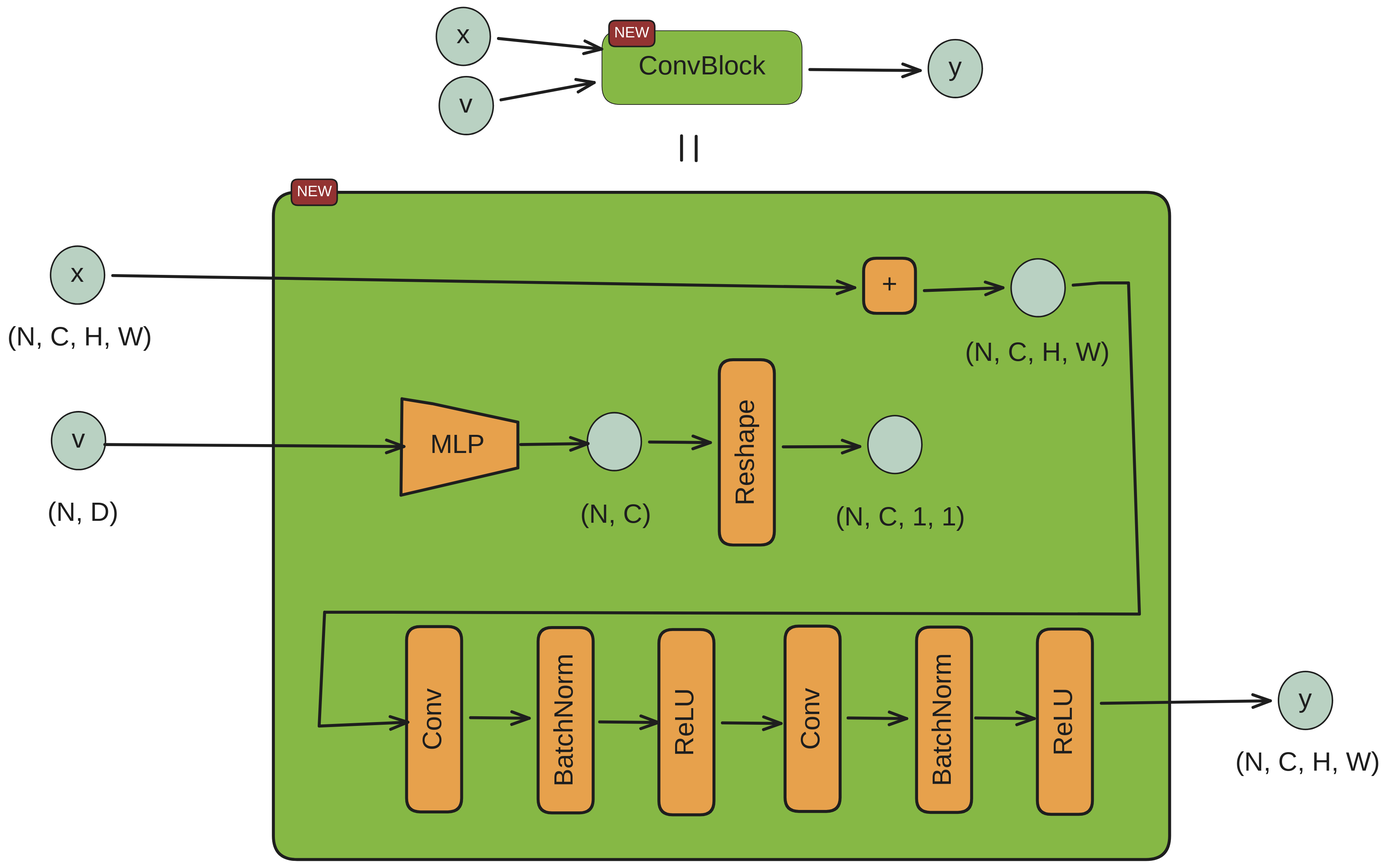
The Excalidraw diagram orange-book/新的ConvBlock类.svg in confucianzuoyuan/multimodal-tutorial, before a commit. Source tidied: one line per element, renumbered; positions are measured from the earlier drawing's top-left corner, leaving out a move shared by most shapes. The source it was exported from:
```json
{"id": 0, "type": "rectangle", "strokeColor": "#1e1e1e", "backgroundColor": "#86b845", "fillStyle": "solid", "strokeWidth": 4, "roughness": 0, "round": true, "x": 358, "y": 249, "width": 1207, "height": 899}
{"id": 1, "type": "rectangle", "strokeColor": "#1e1e1e", "angle": 4.71, "backgroundColor": "#e7a14c", "fillStyle": "solid", "strokeWidth": 4, "roughness": 0, "round": true, "x": 450, "y": 922, "width": 250, "height": 74}
{"id": 2, "type": "text", "text": "Conv", "strokeColor": "#1e1e1e", "angle": 4.71, "backgroundColor": "#e7a14c", "fillStyle": "solid", "strokeWidth": 4, "roughness": 0, "fontSize": 36, "fontFamily": 5, "textAlign": "center", "verticalAlign": "middle", "inside": 1, "x": 534, "y": 936, "width": 82, "height": 45}
{"id": 3, "type": "rectangle", "strokeColor": "#1e1e1e", "angle": 4.71, "backgroundColor": "#e7a14c", "fillStyle": "solid", "strokeWidth": 4, "roughness": 0, "round": true, "x": 627, "y": 923, "width": 250, "height": 74}
{"id": 4, "type": "text", "text": "BatchNorm", "strokeColor": "#1e1e1e", "angle": 4.71, "backgroundColor": "#e7a14c", "fillStyle": "solid", "strokeWidth": 4, "roughness": 0, "fontSize": 36, "fontFamily": 5, "textAlign": "center", "verticalAlign": "middle", "inside": 3, "x": 657, "y": 938, "width": 190, "height": 45}
{"id": 5, "type": "rectangle", "strokeColor": "#1e1e1e", "angle": 4.71, "backgroundColor": "#e7a14c", "fillStyle": "solid", "strokeWidth": 4, "roughness": 0, "round": true, "x": 790, "y": 926, "width": 250, "height": 74}
{"id": 6, "type": "text", "text": "ReLU", "strokeColor": "#1e1e1e", "angle": 4.71, "backgroundColor": "#e7a14c", "fillStyle": "solid", "strokeWidth": 4, "roughness": 0, "fontSize": 36, "fontFamily": 5, "textAlign": "center", "verticalAlign": "middle", "inside": 5, "x": 869, "y": 940, "width": 92, "height": 45}
{"id": 7, "type": "rectangle", "strokeColor": "#1e1e1e", "angle": 4.71, "backgroundColor": "#e7a14c", "fillStyle": "solid", "strokeWidth": 4, "roughness": 0, "round": true, "x": 960, "y": 921, "width": 250, "height": 74}
{"id": 8, "type": "text", "text": "Conv", "strokeColor": "#1e1e1e", "angle": 4.71, "backgroundColor": "#e7a14c", "fillStyle": "solid", "strokeWidth": 4, "roughness": 0, "fontSize": 36, "fontFamily": 5, "textAlign": "center", "verticalAlign": "middle", "inside": 7, "x": 1043, "y": 936, "width": 82, "height": 45}
{"id": 9, "type": "rectangle", "strokeColor": "#1e1e1e", "angle": 4.71, "backgroundColor": "#e7a14c", "fillStyle": "solid", "strokeWidth": 4, "roughness": 0, "round": true, "x": 1137, "y": 922, "width": 250, "height": 74}
{"id": 10, "type": "text", "text": "BatchNorm", "strokeColor": "#1e1e1e", "angle": 4.71, "backgroundColor": "#e7a14c", "fillStyle": "solid", "strokeWidth": 4, "roughness": 0, "fontSize": 36, "fontFamily": 5, "textAlign": "center", "verticalAlign": "middle", "inside": 9, "x": 1167, "y": 937, "width": 190, "height": 45}
{"id": 11, "type": "rectangle", "strokeColor": "#1e1e1e", "angle": 4.71, "backgroundColor": "#e7a14c", "fillStyle": "solid", "strokeWidth": 4, "roughness": 0, "round": true, "x": 1300, "y": 925, "width": 250, "height": 74}
{"id": 12, "type": "text", "text": "ReLU", "strokeColor": "#1e1e1e", "angle": 4.71, "backgroundColor": "#e7a14c", "fillStyle": "solid", "strokeWidth": 4, "roughness": 0, "fontSize": 36, "fontFamily": 5, "textAlign": "center", "verticalAlign": "middle", "inside": 11, "x": 1379, "y": 940, "width": 92, "height": 45}
{"id": 13, "type": "rectangle", "strokeColor": "#1e1e1e", "backgroundColor": "#933332", "fillStyle": "solid", "strokeWidth": 2, "roughness": 0, "round": true, "x": 382, "y": 231, "width": 62, "height": 35}
{"id": 14, "type": "text", "text": "NEW", "strokeColor": "#ffffff", "backgroundColor": "#b9d1c2", "fillStyle": "solid", "strokeWidth": 2, "roughness": 0, "fontSize": 20, "fontFamily": 5, "textAlign": "center", "verticalAlign": "middle", "inside": 13, "x": 392, "y": 236, "width": 42, "height": 25}
{"id": 15, "type": "rectangle", "strokeColor": "#1e1e1e", "backgroundColor": "#86b845", "fillStyle": "solid", "strokeWidth": 1, "roughness": 0, "round": true, "x": 801, "y": 31, "width": 269, "height": 99}
{"id": 16, "type": "text", "text": "ConvBlock", "strokeColor": "#1e1e1e", "backgroundColor": "#86b845", "fillStyle": "solid", "strokeWidth": 1, "roughness": 0, "fontSize": 36, "fontFamily": 5, "textAlign": "center", "verticalAlign": "middle", "inside": 15, "x": 847, "y": 58, "width": 177, "height": 45}
{"id": 17, "type": "line", "strokeColor": "#1e1e1e", "backgroundColor": "#e7a14c", "fillStyle": "solid", "strokeWidth": 4, "roughness": 0, "x": 572, "y": 534, "width": 157, "height": 130, "points": [[0, 0], [-41, -7], [-42, 123], [115, 87], [115, 25], [0, 0]]}
{"id": 18, "type": "text", "text": "MLP", "strokeColor": "#1e1e1e", "backgroundColor": "#e7a14c", "fillStyle": "solid", "strokeWidth": 4, "roughness": 0, "fontSize": 36, "fontFamily": 5, "x": 569, "y": 568, "width": 72, "height": 45}
{"id": 19, "type": "rectangle", "strokeColor": "#1e1e1e", "angle": 4.71, "backgroundColor": "#e7a14c", "fillStyle": "solid", "strokeWidth": 4, "roughness": 0, "round": true, "x": 871, "y": 562, "width": 250, "height": 74}
{"id": 20, "type": "text", "text": "Reshape", "strokeColor": "#1e1e1e", "angle": 4.71, "backgroundColor": "#e7a14c", "fillStyle": "solid", "strokeWidth": 4, "roughness": 0, "fontSize": 36, "fontFamily": 5, "textAlign": "center", "verticalAlign": "middle", "inside": 19, "x": 923, "y": 577, "width": 145, "height": 45}
{"id": 21, "type": "line", "strokeColor": "#1e1e1e", "backgroundColor": "#e7a14c", "fillStyle": "solid", "strokeWidth": 4, "roughness": 0, "x": 908, "y": 173, "width": 0, "height": 33, "points": [[0, 0], [0, 33]]}
{"id": 22, "type": "line", "strokeColor": "#1e1e1e", "backgroundColor": "#e7a14c", "fillStyle": "solid", "strokeWidth": 4, "roughness": 0, "x": 928, "y": 173, "width": 0, "height": 33, "points": [[0, 0], [0, 33]]}
{"id": 23, "type": "rectangle", "strokeColor": "#1e1e1e", "backgroundColor": "#933332", "fillStyle": "solid", "strokeWidth": 2, "roughness": 0, "round": true, "x": 810, "y": 18, "width": 62, "height": 35}
{"id": 24, "type": "text", "text": "NEW", "strokeColor": "#ffffff", "backgroundColor": "#b9d1c2", "fillStyle": "solid", "strokeWidth": 2, "roughness": 0, "fontSize": 20, "fontFamily": 5, "textAlign": "center", "verticalAlign": "middle", "inside": 23, "x": 820, "y": 23, "width": 42, "height": 25}
{"id": 25, "type": "ellipse", "strokeColor": "#1e1e1e", "backgroundColor": "#b9d1c2", "fillStyle": "solid", "strokeWidth": 2, "roughness": 0, "round": true, "x": 58, "y": 321, "width": 73, "height": 78}
{"id": 26, "type": "text", "text": "x", "strokeColor": "#1e1e1e", "backgroundColor": "#b9d1c2", "fillStyle": "solid", "strokeWidth": 2, "roughness": 0, "fontSize": 36, "fontFamily": 5, "textAlign": "center", "verticalAlign": "middle", "inside": 25, "x": 84, "y": 338, "width": 21, "height": 45}
{"id": 27, "type": "text", "text": "(N, C, H, W)", "strokeColor": "#1e1e1e", "backgroundColor": "#e7a14c", "fillStyle": "solid", "strokeWidth": 4, "roughness": 0, "fontSize": 36, "fontFamily": 5, "x": 0, "y": 423, "width": 196, "height": 45}
{"id": 28, "type": "rectangle", "strokeColor": "#1e1e1e", "backgroundColor": "#e7a14c", "fillStyle": "solid", "strokeWidth": 4, "roughness": 0, "round": true, "x": 1153, "y": 338, "width": 70, "height": 74}
{"id": 29, "type": "text", "text": "+", "strokeColor": "#1e1e1e", "backgroundColor": "#e7a14c", "fillStyle": "solid", "strokeWidth": 4, "roughness": 0, "fontSize": 36, "fontFamily": 5, "textAlign": "center", "verticalAlign": "middle", "inside": 28, "x": 1178, "y": 352, "width": 20, "height": 45}
{"id": 30, "type": "arrow", "strokeColor": "#1e1e1e", "backgroundColor": "#e7a14c", "fillStyle": "solid", "strokeWidth": 4, "roughness": 0, "endArrowhead": "arrow", "from": 25, "to": 28, "x": 142, "y": 361, "width": 999, "height": 16, "points": [[0, 0], [999, 16]]}
{"id": 31, "type": "ellipse", "strokeColor": "#1e1e1e", "backgroundColor": "#b9d1c2", "fillStyle": "solid", "strokeWidth": 2, "roughness": 0, "round": true, "x": 1352, "y": 339, "width": 73, "height": 78}
{"id": 32, "type": "ellipse", "strokeColor": "#1e1e1e", "backgroundColor": "#b9d1c2", "fillStyle": "solid", "strokeWidth": 2, "roughness": 0, "round": true, "x": 1159, "y": 550, "width": 73, "height": 78}
{"id": 33, "type": "ellipse", "strokeColor": "#1e1e1e", "backgroundColor": "#b9d1c2", "fillStyle": "solid", "strokeWidth": 2, "roughness": 0, "round": true, "x": 781, "y": 546, "width": 73, "height": 78}
{"id": 34, "type": "text", "text": "(N, C, H, W)", "strokeColor": "#1e1e1e", "backgroundColor": "#e7a14c", "fillStyle": "solid", "strokeWidth": 4, "roughness": 0, "fontSize": 36, "fontFamily": 5, "x": 1290, "y": 444, "width": 196, "height": 45}
{"id": 35, "type": "text", "text": "(N, C)", "strokeColor": "#1e1e1e", "backgroundColor": "#e7a14c", "fillStyle": "solid", "strokeWidth": 4, "roughness": 0, "fontSize": 36, "fontFamily": 5, "x": 772, "y": 662, "width": 99, "height": 45}
{"id": 36, "type": "text", "text": "(N, C, 1, 1)", "strokeColor": "#1e1e1e", "backgroundColor": "#e7a14c", "fillStyle": "solid", "strokeWidth": 4, "roughness": 0, "fontSize": 36, "fontFamily": 5, "x": 1115, "y": 666, "width": 177, "height": 45}
{"id": 37, "type": "ellipse", "strokeColor": "#1e1e1e", "backgroundColor": "#b9d1c2", "fillStyle": "solid", "strokeWidth": 2, "roughness": 0, "round": true, "x": 59, "y": 545, "width": 73, "height": 78}
{"id": 38, "type": "text", "text": "v", "strokeColor": "#1e1e1e", "backgroundColor": "#b9d1c2", "fillStyle": "solid", "strokeWidth": 2, "roughness": 0, "fontSize": 36, "fontFamily": 5, "textAlign": "center", "verticalAlign": "middle", "inside": 37, "x": 86, "y": 561, "width": 19, "height": 45}
{"id": 39, "type": "text", "text": "(N, D)", "strokeColor": "#1e1e1e", "backgroundColor": "#e7a14c", "fillStyle": "solid", "strokeWidth": 4, "roughness": 0, "fontSize": 36, "fontFamily": 5, "x": 54, "y": 660, "width": 105, "height": 45}
{"id": 40, "type": "arrow", "strokeColor": "#1e1e1e", "backgroundColor": "#e7a14c", "fillStyle": "solid", "strokeWidth": 4, "roughness": 0, "endArrowhead": "arrow", "from": 37, "to": 0, "x": 131, "y": 589, "width": 403, "height": 3, "points": [[0, 0], [403, 3]]}
{"id": 41, "type": "arrow", "strokeColor": "#1e1e1e", "backgroundColor": "#e7a14c", "fillStyle": "solid", "strokeWidth": 4, "roughness": 0, "endArrowhead": "arrow", "from": 0, "to": 33, "x": 691, "y": 589, "width": 91, "height": 1, "points": [[0, 0], [91, -1]]}
{"id": 42, "type": "arrow", "strokeColor": "#1e1e1e", "backgroundColor": "#e7a14c", "fillStyle": "solid", "strokeWidth": 4, "roughness": 0, "endArrowhead": "arrow", "from": 33, "to": 19, "x": 865, "y": 585, "width": 82, "height": 1, "points": [[0, 0], [82, 1]]}
{"id": 43, "type": "arrow", "strokeColor": "#1e1e1e", "backgroundColor": "#e7a14c", "fillStyle": "solid", "strokeWidth": 4, "roughness": 0, "endArrowhead": "arrow", "from": 19, "to": 32, "x": 1045, "y": 592, "width": 103, "height": 0, "points": [[0, 0], [103, 0]]}
{"id": 44, "type": "arrow", "strokeColor": "#1e1e1e", "backgroundColor": "#e7a14c", "fillStyle": "solid", "strokeWidth": 4, "roughness": 0, "endArrowhead": "arrow", "from": 28, "to": 31, "x": 1235, "y": 381, "width": 106, "height": 4, "points": [[0, 0], [106, -4]]}
{"id": 45, "type": "ellipse", "strokeColor": "#1e1e1e", "backgroundColor": "#b9d1c2", "fillStyle": "solid", "strokeWidth": 2, "roughness": 0, "round": true, "x": 1712, "y": 895, "width": 73, "height": 78}
{"id": 46, "type": "text", "text": "y", "strokeColor": "#1e1e1e", "backgroundColor": "#b9d1c2", "fillStyle": "solid", "strokeWidth": 2, "roughness": 0, "fontSize": 36, "fontFamily": 5, "textAlign": "center", "verticalAlign": "middle", "inside": 45, "x": 1739, "y": 911, "width": 19, "height": 45}
{"id": 47, "type": "text", "text": "(N, C, H, W)", "strokeColor": "#1e1e1e", "backgroundColor": "#e7a14c", "fillStyle": "solid", "strokeWidth": 4, "roughness": 0, "fontSize": 36, "fontFamily": 5, "x": 1654, "y": 996, "width": 196, "height": 45}
{"id": 48, "type": "arrow", "strokeColor": "#1e1e1e", "backgroundColor": "#e7a14c", "fillStyle": "solid", "strokeWidth": 4, "roughness": 0, "endArrowhead": "arrow", "from": 11, "to": 45, "x": 1473, "y": 937, "width": 228, "height": 3, "points": [[0, 0], [228, -3]]}
{"id": 49, "type": "arrow", "strokeColor": "#1e1e1e", "backgroundColor": "#e7a14c", "fillStyle": "solid", "strokeWidth": 4, "roughness": 0, "endArrowhead": "arrow", "from": 1, "to": 3, "x": 624, "y": 957, "width": 79, "height": 1, "points": [[0, 0], [79, 1]]}
{"id": 50, "type": "arrow", "strokeColor": "#1e1e1e", "backgroundColor": "#e7a14c", "fillStyle": "solid", "strokeWidth": 4, "roughness": 0, "endArrowhead": "arrow", "x": 798, "y": 962, "width": 79, "height": 1, "points": [[0, 0], [79, 1]]}
{"id": 51, "type": "arrow", "strokeColor": "#1e1e1e", "backgroundColor": "#e7a14c", "fillStyle": "solid", "strokeWidth": 4, "roughness": 0, "endArrowhead": "arrow", "x": 963, "y": 964, "width": 79, "height": 1, "points": [[0, 0], [79, 1]]}
{"id": 52, "type": "arrow", "strokeColor": "#1e1e1e", "backgroundColor": "#e7a14c", "fillStyle": "solid", "strokeWidth": 4, "roughness": 0, "endArrowhead": "arrow", "x": 1132, "y": 957, "width": 79, "height": 1, "points": [[0, 0], [79, 1]]}
{"id": 53, "type": "arrow", "strokeColor": "#1e1e1e", "backgroundColor": "#e7a14c", "fillStyle": "solid", "strokeWidth": 4, "roughness": 0, "endArrowhead": "arrow", "x": 1304, "y": 957, "width": 79, "height": 1, "points": [[0, 0], [79, 1]]}
{"id": 54, "type": "arrow", "strokeColor": "#1e1e1e", "backgroundColor": "#e7a14c", "fillStyle": "solid", "strokeWidth": 4, "roughness": 0, "endArrowhead": "arrow", "from": 31, "to": 1, "x": 1435, "y": 374, "width": 1105, "height": 597, "points": [[0, 0], [37, -3], [75, -3], [89, 443], [-1008, 440], [-1016, 594], [-896, 589]]}
{"id": 55, "type": "ellipse", "strokeColor": "#1e1e1e", "backgroundColor": "#b9d1c2", "fillStyle": "solid", "strokeWidth": 2, "roughness": 0, "round": true, "x": 578, "y": 0, "width": 73, "height": 78}
{"id": 56, "type": "text", "text": "x", "strokeColor": "#1e1e1e", "backgroundColor": "#b9d1c2", "fillStyle": "solid", "strokeWidth": 2, "roughness": 0, "fontSize": 36, "fontFamily": 5, "textAlign": "center", "verticalAlign": "middle", "inside": 55, "x": 603, "y": 16, "width": 21, "height": 45}
{"id": 57, "type": "ellipse", "strokeColor": "#1e1e1e", "backgroundColor": "#b9d1c2", "fillStyle": "solid", "strokeWidth": 2, "roughness": 0, "round": true, "x": 582, "y": 93, "width": 73, "height": 78}
{"id": 58, "type": "text", "text": "v", "strokeColor": "#1e1e1e", "backgroundColor": "#b9d1c2", "fillStyle": "solid", "strokeWidth": 2, "roughness": 0, "fontSize": 36, "fontFamily": 5, "textAlign": "center", "verticalAlign": "middle", "inside": 57, "x": 608, "y": 110, "width": 19, "height": 45}
{"id": 59, "type": "ellipse", "strokeColor": "#1e1e1e", "backgroundColor": "#b9d1c2", "fillStyle": "solid", "strokeWidth": 2, "roughness": 0, "round": true, "x": 1240, "y": 43, "width": 73, "height": 78}
{"id": 60, "type": "text", "text": "y", "strokeColor": "#1e1e1e", "backgroundColor": "#b9d1c2", "fillStyle": "solid", "strokeWidth": 2, "roughness": 0, "fontSize": 36, "fontFamily": 5, "textAlign": "center", "verticalAlign": "middle", "inside": 59, "x": 1267, "y": 60, "width": 19, "height": 45}
{"id": 61, "type": "arrow", "strokeColor": "#1e1e1e", "backgroundColor": "#e7a14c", "fillStyle": "solid", "strokeWidth": 4, "roughness": 0, "endArrowhead": "arrow", "from": 55, "to": 23, "x": 661, "y": 42, "width": 139, "height": 14, "points": [[0, 0], [139, 14]]}
{"id": 62, "type": "arrow", "strokeColor": "#1e1e1e", "backgroundColor": "#e7a14c", "fillStyle": "solid", "strokeWidth": 4, "roughness": 0, "endArrowhead": "arrow", "from": 57, "to": 15, "x": 665, "y": 124, "width": 126, "height": 23, "points": [[0, 0], [126, -23]]}
{"id": 63, "type": "arrow", "strokeColor": "#1e1e1e", "backgroundColor": "#e7a14c", "fillStyle": "solid", "strokeWidth": 4, "roughness": 0, "endArrowhead": "arrow", "from": 15, "to": 59, "x": 1081, "y": 84, "width": 149, "height": 1, "points": [[0, 0], [149, 1]]}
```
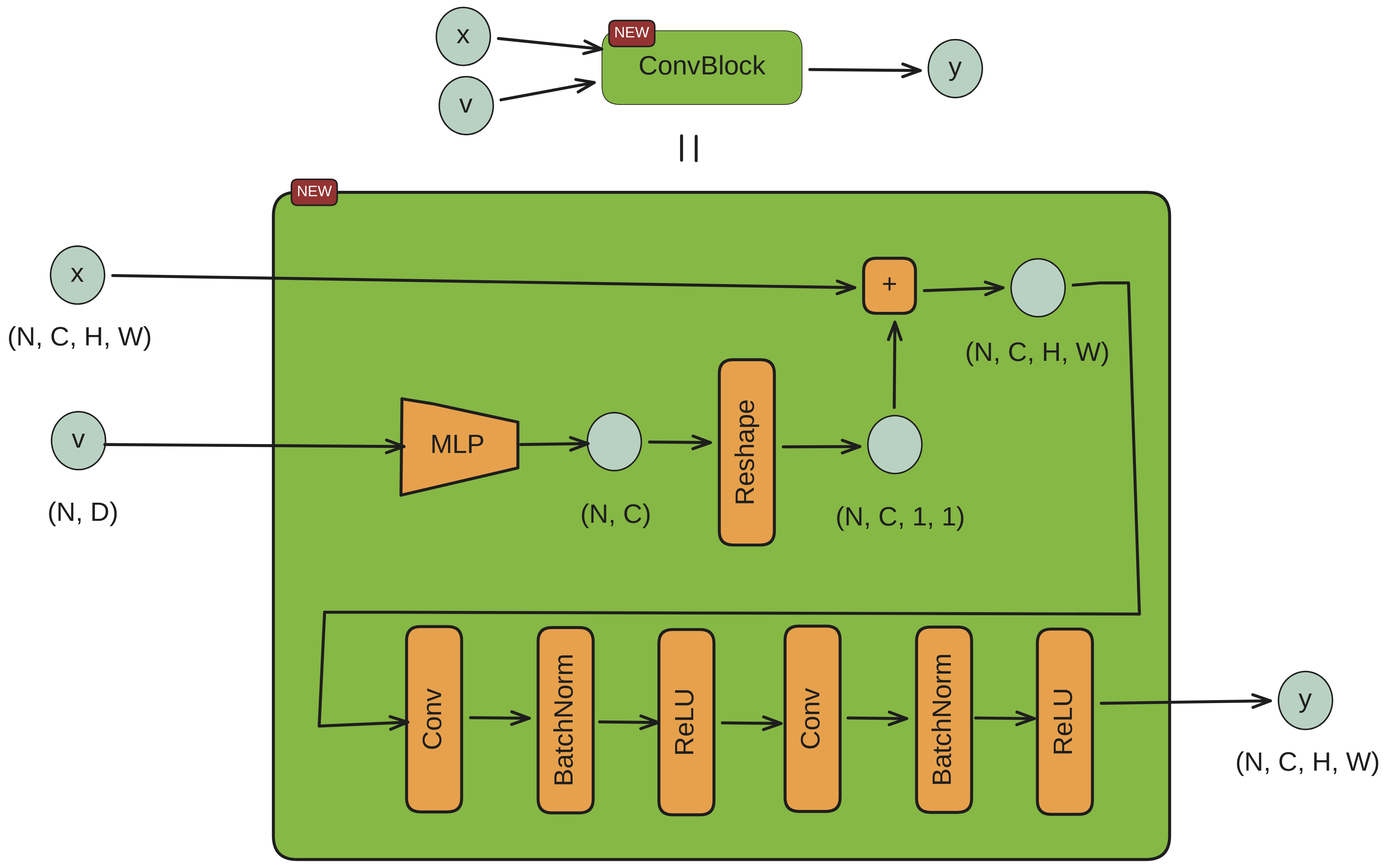
The same diagram one commit later.

Change to the diagram source:
```diff
@@ -62,3 +62,4 @@
 {"id": 61, "type": "arrow", "strokeColor": "#1e1e1e", "backgroundColor": "#e7a14c", "fillStyle": "solid", "strokeWidth": 4, "roughness": 0, "endArrowhead": "arrow", "from": 55, "to": 23, "x": 661, "y": 42, "width": 139, "height": 14, "points": [[0, 0], [139, 14]]}
 {"id": 62, "type": "arrow", "strokeColor": "#1e1e1e", "backgroundColor": "#e7a14c", "fillStyle": "solid", "strokeWidth": 4, "roughness": 0, "endArrowhead": "arrow", "from": 57, "to": 15, "x": 665, "y": 124, "width": 126, "height": 23, "points": [[0, 0], [126, -23]]}
 {"id": 63, "type": "arrow", "strokeColor": "#1e1e1e", "backgroundColor": "#e7a14c", "fillStyle": "solid", "strokeWidth": 4, "roughness": 0, "endArrowhead": "arrow", "from": 15, "to": 59, "x": 1081, "y": 84, "width": 149, "height": 1, "points": [[0, 0], [149, 1]]}
+{"id": 64, "type": "arrow", "strokeColor": "#1e1e1e", "backgroundColor": "#e7a14c", "fillStyle": "solid", "strokeWidth": 4, "roughness": 0, "endArrowhead": "arrow", "from": 32, "to": 28, "x": 1194, "y": 539, "width": 1, "height": 115, "points": [[0, 0], [1, -115]]}
```
